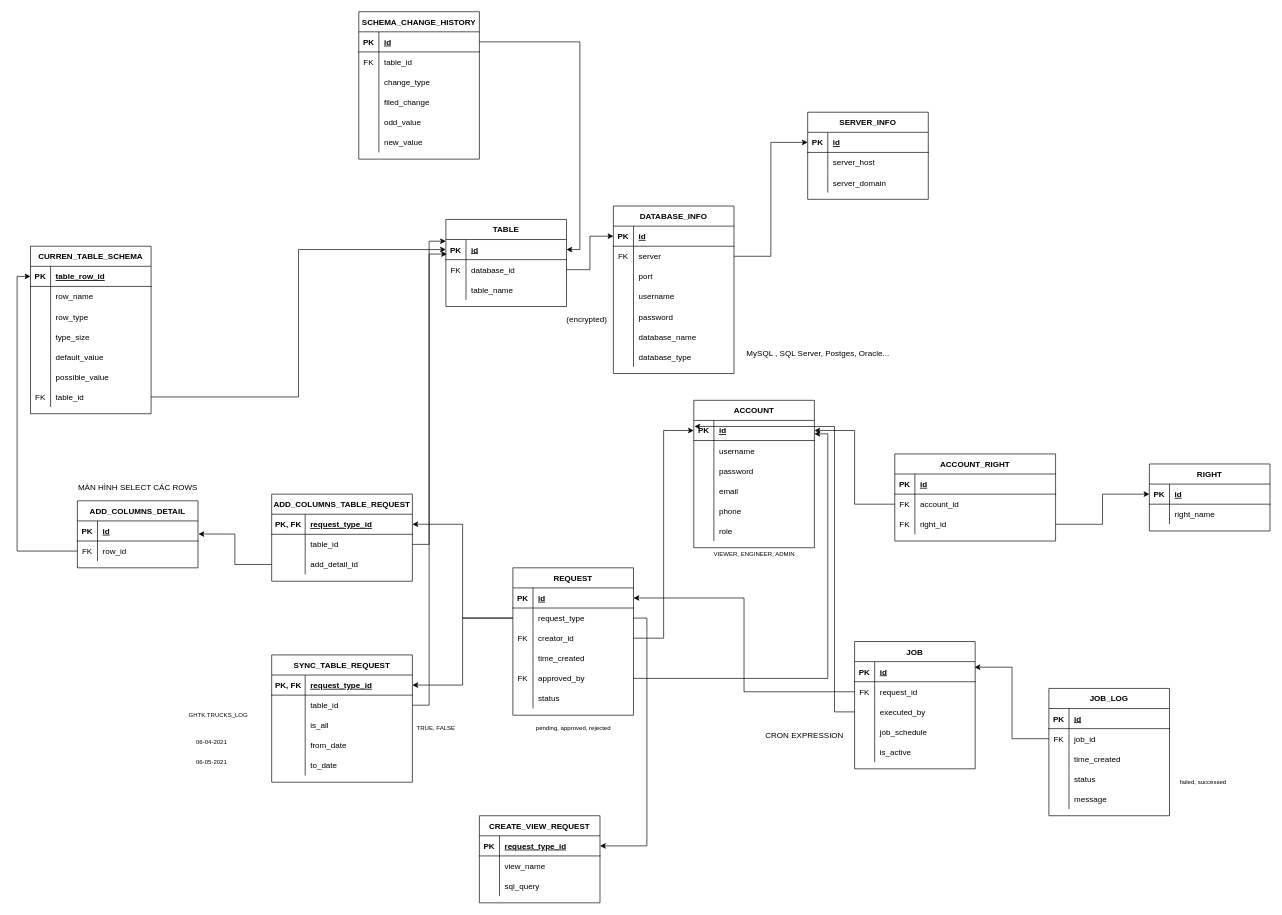
This is ERD/ERD_CAPSTONE_only reference relations.drawio from duynguyenfpt/CAPSTONE_PROTOTYPE, a draw.io file, before an edit. Source tidied: cells renumbered, new cells numbered last; positions are measured from the earlier drawing's top-left corner, leaving out a move shared by most shapes. Both pictures are drawn from the tidied source at 67%, with x=0, y=0 at pixel (30, 11).
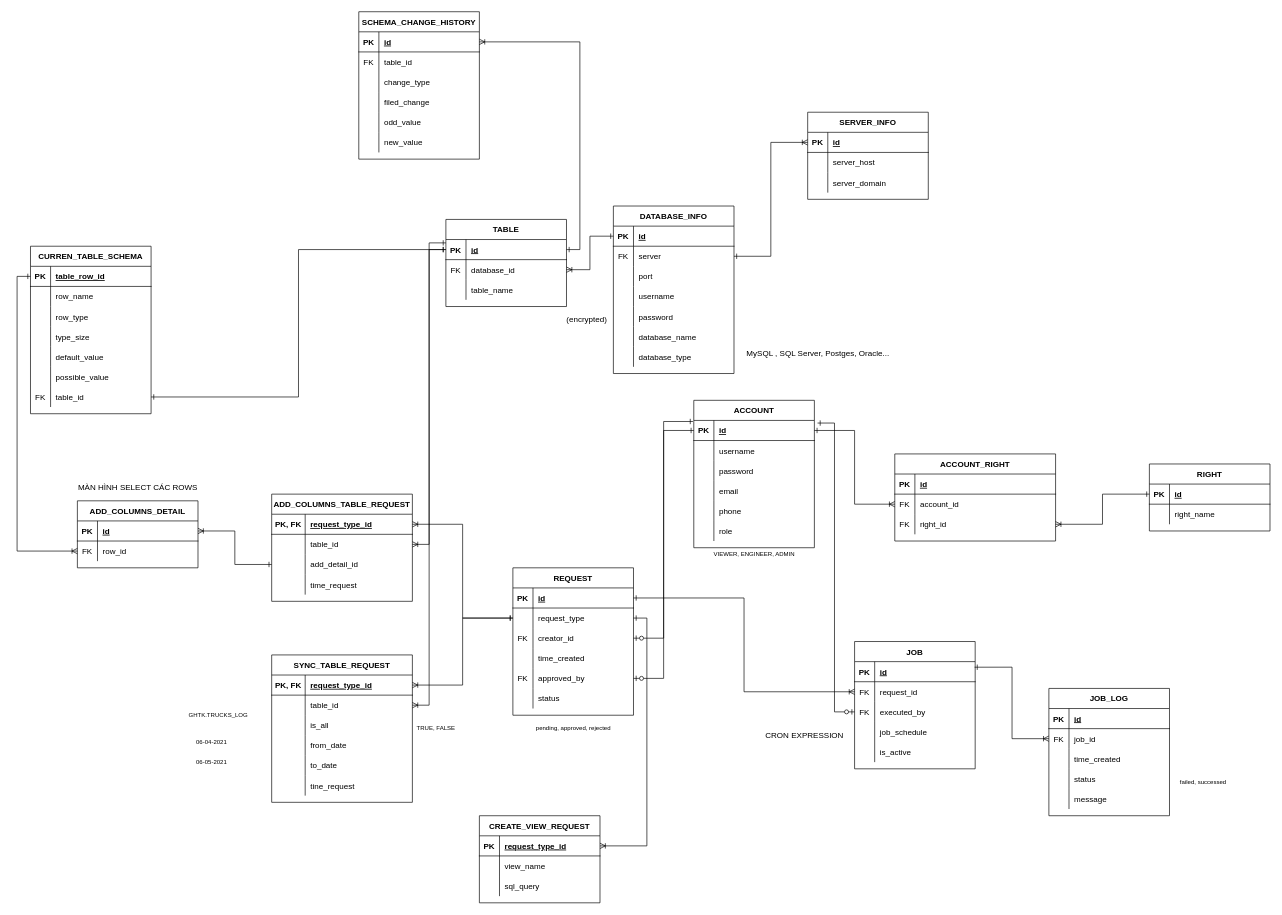
Above is the later version.

Unchanged cells that the change refers to:
```xml
<mxCell id="3" style="shape=partialRectangle;fillColor=none;top=0;left=0;bottom=1;right=0;points=[[0,0.5],[1,0.5]];portConstraint=eastwest;" parent="2" vertex="1">
<mxCell id="6" style="shape=partialRectangle;fillColor=none;top=0;left=0;bottom=0;right=0;points=[[0,0.5],[1,0.5]];portConstraint=eastwest;" parent="2" vertex="1">
<mxCell id="9" style="shape=partialRectangle;fillColor=none;top=0;left=0;bottom=0;right=0;points=[[0,0.5],[1,0.5]];portConstraint=eastwest;" parent="2" vertex="1">
<mxCell id="15" style="shape=partialRectangle;fillColor=none;top=0;left=0;bottom=0;right=0;points=[[0,0.5],[1,0.5]];portConstraint=eastwest;" parent="2" vertex="1">
<mxCell id="22" style="shape=partialRectangle;fillColor=none;top=0;left=0;bottom=1;right=0;points=[[0,0.5],[1,0.5]];portConstraint=eastwest;" parent="21" vertex="1">
<mxCell id="25" style="shape=partialRectangle;fillColor=none;top=0;left=0;bottom=0;right=0;points=[[0,0.5],[1,0.5]];portConstraint=eastwest;" parent="21" vertex="1">
<mxCell id="28" style="shape=partialRectangle;fillColor=none;top=0;left=0;bottom=0;right=0;points=[[0,0.5],[1,0.5]];portConstraint=eastwest;" parent="21" vertex="1">
<mxCell id="32" style="shape=partialRectangle;fillColor=none;top=0;left=0;bottom=1;right=0;points=[[0,0.5],[1,0.5]];portConstraint=eastwest;" parent="31" vertex="1">
<mxCell id="35" style="shape=partialRectangle;fillColor=none;top=0;left=0;bottom=0;right=0;points=[[0,0.5],[1,0.5]];portConstraint=eastwest;" parent="31" vertex="1">
<mxCell id="50" style="shape=partialRectangle;fillColor=none;top=0;left=0;bottom=1;right=0;points=[[0,0.5],[1,0.5]];portConstraint=eastwest;" parent="49" vertex="1">
<mxCell id="61" style="shape=partialRectangle;fillColor=none;top=0;left=0;bottom=1;right=0;points=[[0,0.5],[1,0.5]];portConstraint=eastwest;" parent="60" vertex="1">
<mxCell id="64" style="shape=partialRectangle;fillColor=none;top=0;left=0;bottom=0;right=0;points=[[0,0.5],[1,0.5]];portConstraint=eastwest;" parent="60" vertex="1">
<mxCell id="70" style="shape=partialRectangle;fillColor=none;top=0;left=0;bottom=1;right=0;points=[[0,0.5],[1,0.5]];portConstraint=eastwest;" parent="69" vertex="1">
<mxCell id="88" style="shape=partialRectangle;fillColor=none;top=0;left=0;bottom=0;right=0;points=[[0,0.5],[1,0.5]];portConstraint=eastwest;" parent="69" vertex="1">
<mxCell id="92" value="TABLE" style="shape=table;startSize=30;childLayout=tableLayout;rowLines=0;fontStyle=1;align=center;" parent="1" vertex="1">
<mxCell id="93" style="shape=partialRectangle;fillColor=none;top=0;left=0;bottom=1;right=0;points=[[0,0.5],[1,0.5]];portConstraint=eastwest;" parent="92" vertex="1">
<mxCell id="96" style="shape=partialRectangle;fillColor=none;top=0;left=0;bottom=0;right=0;points=[[0,0.5],[1,0.5]];portConstraint=eastwest;" parent="92" vertex="1">
<mxCell id="105" style="shape=partialRectangle;fillColor=none;top=0;left=0;bottom=1;right=0;points=[[0,0.5],[1,0.5]];portConstraint=eastwest;" parent="104" vertex="1">
<mxCell id="108" style="shape=partialRectangle;fillColor=none;top=0;left=0;bottom=0;right=0;points=[[0,0.5],[1,0.5]];portConstraint=eastwest;" parent="104" vertex="1">
<mxCell id="129" style="shape=partialRectangle;fillColor=none;top=0;left=0;bottom=1;right=0;points=[[0,0.5],[1,0.5]];portConstraint=eastwest;" parent="128" vertex="1">
<mxCell id="141" style="shape=partialRectangle;fillColor=none;top=0;left=0;bottom=1;right=0;points=[[0,0.5],[1,0.5]];portConstraint=eastwest;" parent="140" vertex="1">
<mxCell id="162" style="shape=partialRectangle;fillColor=none;top=0;left=0;bottom=1;right=0;points=[[0,0.5],[1,0.5]];portConstraint=eastwest;" parent="161" vertex="1">
<mxCell id="172" style="shape=partialRectangle;fillColor=none;top=0;left=0;bottom=0;right=0;points=[[0,0.5],[1,0.5]];portConstraint=eastwest;" parent="168" vertex="1">
<mxCell id="175" style="shape=partialRectangle;fillColor=none;top=0;left=0;bottom=0;right=0;points=[[0,0.5],[1,0.5]];portConstraint=eastwest;" parent="168" vertex="1">
<mxCell id="180" style="shape=partialRectangle;fillColor=none;top=0;left=0;bottom=1;right=0;points=[[0,0.5],[1,0.5]];portConstraint=eastwest;" parent="179" vertex="1">
<mxCell id="200" style="shape=partialRectangle;fillColor=none;top=0;left=0;bottom=1;right=0;points=[[0,0.5],[1,0.5]];portConstraint=eastwest;" parent="199" vertex="1">
<mxCell id="203" style="shape=partialRectangle;fillColor=none;top=0;left=0;bottom=0;right=0;points=[[0,0.5],[1,0.5]];portConstraint=eastwest;" parent="199" vertex="1">
<mxCell id="206" style="shape=partialRectangle;fillColor=none;top=0;left=0;bottom=0;right=0;points=[[0,0.5],[1,0.5]];portConstraint=eastwest;" parent="199" vertex="1">
<mxCell id="220" style="shape=partialRectangle;fillColor=none;top=0;left=0;bottom=0;right=0;points=[[0,0.5],[1,0.5]];portConstraint=eastwest;" parent="216" vertex="1">
```

What changed in the source:
```diff
@@
     <mxCell id="21" value="ADD_COLUMNS_TABLE_REQUEST" style="shape=table;startSize=30;childLayout=tableLayout;rowLines=0;fontStyle=1;align=center;" parent="1" vertex="1">
-      <mxGeometry x="360" y="720" width="210" height="130" as="geometry" />
+      <mxGeometry x="360" y="720" width="210" height="160" as="geometry" />
     </mxCell>
@@
+    <mxCell id="244" style="shape=partialRectangle;fillColor=none;top=0;left=0;bottom=0;right=0;" parent="21" vertex="1">
+      <mxGeometry y="120" width="210" height="30" as="geometry" />
+    </mxCell>
+    <mxCell id="245" style="shape=partialRectangle;fillColor=none;top=0;left=0;bottom=0;right=0;overflow=hidden;" parent="244" vertex="1">
+      <mxGeometry width="50" height="30" as="geometry" />
+    </mxCell>
+    <mxCell id="246" value="time_request" style="shape=partialRectangle;fillColor=none;top=0;left=0;bottom=0;right=0;align=left;spacingLeft=6;overflow=hidden;" parent="244" vertex="1">
+      <mxGeometry x="50" width="160" height="30" as="geometry" />
+    </mxCell>
     <mxCell id="31" value="SYNC_TABLE_REQUEST" style="shape=table;startSize=30;childLayout=tableLayout;rowLines=0;fontStyle=1;align=center;" parent="1" vertex="1">
-      <mxGeometry x="360" y="960" width="210" height="190" as="geometry" />
+      <mxGeometry x="360" y="960" width="210" height="220" as="geometry" />
     </mxCell>
@@
-    <mxCell id="47" style="edgeStyle=orthogonalEdgeStyle;rounded=0;jettySize=auto;html=1;exitX=0;exitY=0.5;exitDx=0;exitDy=0;" parent="1" edge="1" source="6" target="22">
-      <mxGeometry relative="1" as="geometry" />
-    </mxCell>
-    <mxCell id="48" style="edgeStyle=orthogonalEdgeStyle;rounded=0;jettySize=auto;html=1;exitX=0;exitY=0.5;exitDx=0;exitDy=0;" parent="1" edge="1" source="6" target="32">
-      <mxGeometry relative="1" as="geometry" />
-    </mxCell>
+    <mxCell id="247" style="shape=partialRectangle;fillColor=none;top=0;left=0;bottom=0;right=0;" parent="31" vertex="1">
+      <mxGeometry y="180" width="210" height="30" as="geometry" />
+    </mxCell>
+    <mxCell id="248" style="shape=partialRectangle;fillColor=none;top=0;left=0;bottom=0;right=0;overflow=hidden;" parent="247" vertex="1">
+      <mxGeometry width="50" height="30" as="geometry" />
+    </mxCell>
+    <mxCell id="249" value="tine_request" style="shape=partialRectangle;fillColor=none;top=0;left=0;bottom=0;right=0;align=left;spacingLeft=6;overflow=hidden;" parent="247" vertex="1">
+      <mxGeometry x="50" width="160" height="30" as="geometry" />
+    </mxCell>
@@
-    <mxCell id="59" style="edgeStyle=orthogonalEdgeStyle;rounded=0;jettySize=auto;html=1;exitX=1;exitY=0.5;exitDx=0;exitDy=0;" parent="1" edge="1" source="6" target="50">
-      <mxGeometry relative="1" as="geometry" />
-    </mxCell>
@@
-    <mxCell id="67" style="edgeStyle=orthogonalEdgeStyle;rounded=0;jettySize=auto;html=1;entryX=1.004;entryY=0.652;entryDx=0;entryDy=0;entryPerimeter=0;" parent="1" edge="1" source="28" target="61">
-      <mxGeometry relative="1" as="geometry" />
-    </mxCell>
@@
-    <mxCell id="91" style="edgeStyle=orthogonalEdgeStyle;rounded=0;jettySize=auto;html=1;entryX=0;entryY=0.5;entryDx=0;entryDy=0;" parent="1" edge="1" source="64" target="70">
-      <mxGeometry relative="1" as="geometry" />
-    </mxCell>
@@
-    <mxCell id="102" style="edgeStyle=orthogonalEdgeStyle;rounded=0;jettySize=auto;html=1;entryX=0;entryY=0.5;entryDx=0;entryDy=0;" parent="1" edge="1" source="88" target="93">
-      <mxGeometry relative="1" as="geometry" />
-    </mxCell>
-    <mxCell id="103" style="edgeStyle=orthogonalEdgeStyle;rounded=0;jettySize=auto;html=1;entryX=0.009;entryY=0.722;entryDx=0;entryDy=0;entryPerimeter=0;" parent="1" edge="1" source="25" target="93">
-      <mxGeometry relative="1" as="geometry" />
-    </mxCell>
@@
-    <mxCell id="126" style="edgeStyle=orthogonalEdgeStyle;rounded=0;jettySize=auto;html=1;" parent="1" edge="1" source="96" target="105">
+    <mxCell id="126" style="edgeStyle=orthogonalEdgeStyle;rounded=0;jettySize=auto;html=1;endArrow=ERone;endFill=0;startArrow=ERoneToMany;startFill=0;" parent="1" edge="1" source="96" target="105">
       <mxGeometry relative="1" as="geometry" />
     </mxCell>
-    <mxCell id="127" style="edgeStyle=orthogonalEdgeStyle;rounded=0;jettySize=auto;html=1;entryX=0;entryY=0.25;entryDx=0;entryDy=0;" parent="1" edge="1" source="35" target="92">
-      <mxGeometry relative="1" as="geometry" />
-    </mxCell>
@@
-    <mxCell id="138" style="edgeStyle=orthogonalEdgeStyle;rounded=0;jettySize=auto;html=1;" parent="1" edge="1" source="108" target="129">
+    <mxCell id="138" style="edgeStyle=orthogonalEdgeStyle;rounded=0;jettySize=auto;html=1;endArrow=ERoneToMany;endFill=0;startArrow=ERone;startFill=0;" parent="1" edge="1" source="108" target="129">
       <mxGeometry relative="1" as="geometry" />
     </mxCell>
@@
-    <mxCell id="159" style="edgeStyle=orthogonalEdgeStyle;rounded=0;jettySize=auto;html=1;" parent="1" edge="1" source="9" target="141">
-      <mxGeometry relative="1" as="geometry" />
-    </mxCell>
-    <mxCell id="160" style="edgeStyle=orthogonalEdgeStyle;rounded=0;jettySize=auto;html=1;entryX=1;entryY=0.667;entryDx=0;entryDy=0;entryPerimeter=0;" parent="1" edge="1" source="15" target="141">
-      <mxGeometry relative="1" as="geometry" />
-    </mxCell>
@@
-    <mxCell id="178" style="edgeStyle=orthogonalEdgeStyle;rounded=0;jettySize=auto;html=1;entryX=0;entryY=0.5;entryDx=0;entryDy=0;" parent="1" edge="1" source="175" target="162">
+    <mxCell id="178" style="edgeStyle=orthogonalEdgeStyle;rounded=0;jettySize=auto;html=1;entryX=0;entryY=0.5;entryDx=0;entryDy=0;startArrow=ERoneToMany;startFill=0;endArrow=ERone;endFill=0;" parent="1" edge="1" source="175" target="162">
       <mxGeometry relative="1" as="geometry" />
     </mxCell>
@@
-    <mxCell id="198" style="edgeStyle=orthogonalEdgeStyle;rounded=0;jettySize=auto;html=1;entryX=1;entryY=0.5;entryDx=0;entryDy=0;" parent="1" edge="1" source="180" target="93">
+    <mxCell id="198" style="edgeStyle=orthogonalEdgeStyle;rounded=0;jettySize=auto;html=1;entryX=1;entryY=0.5;entryDx=0;entryDy=0;startArrow=ERoneToMany;startFill=0;endArrow=ERone;endFill=0;" parent="1" edge="1" source="180" target="93">
       <mxGeometry relative="1" as="geometry" />
     </mxCell>
@@
-    <mxCell id="207" style="shape=partialRectangle;fillColor=none;top=0;left=0;bottom=0;right=0;overflow=hidden;" parent="206" vertex="1">
+    <mxCell id="207" value="FK" style="shape=partialRectangle;fillColor=none;top=0;left=0;bottom=0;right=0;overflow=hidden;" parent="206" vertex="1">
       <mxGeometry width="30" height="30" as="geometry" />
     </mxCell>
@@
-    <mxCell id="215" style="edgeStyle=orthogonalEdgeStyle;rounded=0;jettySize=auto;html=1;" parent="1" edge="1" source="203" target="3">
-      <mxGeometry relative="1" as="geometry" />
-    </mxCell>
@@
-    <mxCell id="232" style="edgeStyle=orthogonalEdgeStyle;rounded=0;jettySize=auto;html=1;entryX=0.995;entryY=0.278;entryDx=0;entryDy=0;entryPerimeter=0;" parent="1" edge="1" source="220" target="200">
+    <mxCell id="232" style="edgeStyle=orthogonalEdgeStyle;rounded=0;jettySize=auto;html=1;entryX=0.995;entryY=0.278;entryDx=0;entryDy=0;entryPerimeter=0;endArrow=ERone;endFill=0;startArrow=ERoneToMany;startFill=0;" parent="1" edge="1" source="220" target="200">
       <mxGeometry relative="1" as="geometry" />
     </mxCell>
@@
-    <mxCell id="235" style="edgeStyle=orthogonalEdgeStyle;rounded=0;jettySize=auto;html=1;fontSize=9;" parent="1" edge="1" source="172" target="141">
+    <mxCell id="235" style="edgeStyle=orthogonalEdgeStyle;rounded=0;jettySize=auto;html=1;fontSize=9;endArrow=ERone;endFill=0;startArrow=ERoneToMany;startFill=0;" parent="1" edge="1" source="172" target="141">
       <mxGeometry relative="1" as="geometry" />
     </mxCell>
-    <mxCell id="236" style="edgeStyle=orthogonalEdgeStyle;rounded=0;jettySize=auto;html=1;entryX=0.006;entryY=0.3;entryDx=0;entryDy=0;entryPerimeter=0;fontSize=9;" parent="1" edge="1" source="206" target="141">
-      <mxGeometry relative="1" as="geometry" />
-    </mxCell>
@@
+    <mxCell id="215" style="edgeStyle=orthogonalEdgeStyle;rounded=0;jettySize=auto;html=1;entryX=1;entryY=0.5;entryDx=0;entryDy=0;startArrow=ERoneToMany;startFill=0;endArrow=ERone;endFill=0;" parent="1" edge="1" source="203" target="3">
+      <mxGeometry relative="1" as="geometry" />
+    </mxCell>
+    <mxCell id="250" style="edgeStyle=orthogonalEdgeStyle;rounded=0;jettySize=auto;html=1;entryX=1;entryY=0.5;entryDx=0;entryDy=0;startArrow=ERoneToMany;startFill=0;endArrow=ERone;endFill=0;" parent="1" edge="1" source="50" target="6">
+      <mxGeometry relative="1" as="geometry" />
+    </mxCell>
+    <mxCell id="251" style="edgeStyle=orthogonalEdgeStyle;rounded=0;jettySize=auto;html=1;startArrow=ERoneToMany;startFill=0;endArrow=ERone;endFill=0;" parent="1" edge="1" source="32" target="6">
+      <mxGeometry relative="1" as="geometry" />
+    </mxCell>
+    <mxCell id="252" style="edgeStyle=orthogonalEdgeStyle;rounded=0;jettySize=auto;html=1;entryX=0;entryY=0.5;entryDx=0;entryDy=0;startArrow=ERoneToMany;startFill=0;endArrow=ERone;endFill=0;" parent="1" edge="1" source="22" target="6">
+      <mxGeometry relative="1" as="geometry" />
+    </mxCell>
+    <mxCell id="253" style="edgeStyle=orthogonalEdgeStyle;rounded=0;jettySize=auto;html=1;startArrow=ERoneToMany;startFill=0;endArrow=ERone;endFill=0;" parent="1" edge="1" source="61" target="28">
+      <mxGeometry relative="1" as="geometry" />
+    </mxCell>
+    <mxCell id="91" style="edgeStyle=orthogonalEdgeStyle;rounded=0;jettySize=auto;html=1;entryX=0;entryY=0.5;entryDx=0;entryDy=0;startArrow=ERoneToMany;startFill=0;endArrow=ERone;endFill=0;" parent="1" edge="1" source="64" target="70">
+      <mxGeometry relative="1" as="geometry" />
+    </mxCell>
+    <mxCell id="254" style="edgeStyle=orthogonalEdgeStyle;rounded=0;jettySize=auto;html=1;entryX=0;entryY=0.5;entryDx=0;entryDy=0;startArrow=ERoneToMany;startFill=0;endArrow=ERone;endFill=0;" parent="1" edge="1" source="35" target="93">
+      <mxGeometry relative="1" as="geometry" />
+    </mxCell>
+    <mxCell id="103" style="edgeStyle=orthogonalEdgeStyle;rounded=0;jettySize=auto;html=1;entryX=0;entryY=0.167;entryDx=0;entryDy=0;entryPerimeter=0;startArrow=ERoneToMany;startFill=0;endArrow=ERone;endFill=0;" parent="1" edge="1" source="25" target="93">
+      <mxGeometry relative="1" as="geometry" />
+    </mxCell>
+    <mxCell id="159" style="edgeStyle=orthogonalEdgeStyle;rounded=0;jettySize=auto;html=1;entryX=0;entryY=0.5;entryDx=0;entryDy=0;startArrow=ERzeroToOne;startFill=1;endArrow=ERone;endFill=0;" parent="1" edge="1" source="9" target="141">
+      <mxGeometry relative="1" as="geometry" />
+    </mxCell>
+    <mxCell id="160" style="edgeStyle=orthogonalEdgeStyle;rounded=0;jettySize=auto;html=1;entryX=-0.007;entryY=0.053;entryDx=0;entryDy=0;entryPerimeter=0;startArrow=ERzeroToOne;startFill=1;endArrow=ERone;endFill=0;" parent="1" edge="1" source="15" target="141">
+      <mxGeometry relative="1" as="geometry" />
+    </mxCell>
+    <mxCell id="236" style="edgeStyle=orthogonalEdgeStyle;rounded=0;jettySize=auto;html=1;entryX=1.026;entryY=0.131;entryDx=0;entryDy=0;entryPerimeter=0;startArrow=ERzeroToOne;startFill=1;endArrow=ERone;endFill=0;" parent="1" edge="1" source="206" target="141">
+      <mxGeometry relative="1" as="geometry" />
+    </mxCell>
+    <mxCell id="102" style="edgeStyle=orthogonalEdgeStyle;rounded=0;jettySize=auto;html=1;startArrow=ERone;startFill=0;endArrow=ERone;endFill=0;" parent="1" edge="1" source="88" target="93">
+      <mxGeometry relative="1" as="geometry" />
+    </mxCell>
```
